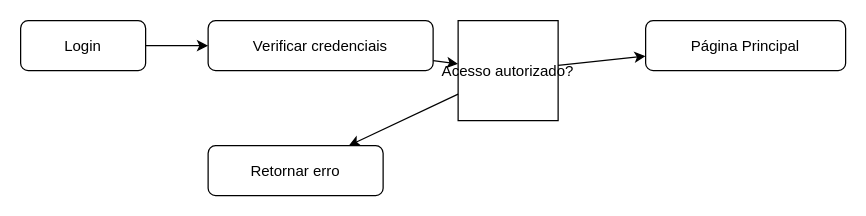
Before: docs/teste.drawio in jessbispo/UML-class, a draw.io diagram. Source tidied: cells renumbered, new cells numbered last; positions are measured from the earlier drawing's top-left corner, leaving out a move shared by most shapes. Both pictures are drawn from the tidied source at 125%, with x=0, y=0 at pixel (20, 20).
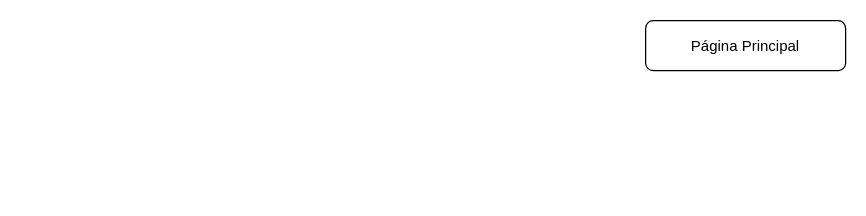
After the change.

Change to the diagram source:
```diff
@@
 <mxGraphModel>
   <root>
     <mxCell id="0" />
     <mxCell id="1" parent="0" />
-    <mxCell id="2" value="Login" style="rounded=1;" parent="1" vertex="1">
-      <mxGeometry width="100" height="40" as="geometry" />
-    </mxCell>
-    <mxCell id="3" value="Verificar credenciais" style="rounded=1;" parent="1" vertex="1">
-      <mxGeometry x="150" width="180" height="40" as="geometry" />
-    </mxCell>
-    <mxCell id="4" value="Acesso autorizado?" style="diamond;" parent="1" vertex="1">
-      <mxGeometry x="350" width="80" height="80" as="geometry" />
-    </mxCell>
     <mxCell id="5" value="Página Principal" style="rounded=1;" parent="1" vertex="1">
       <mxGeometry x="500" width="160" height="40" as="geometry" />
     </mxCell>
-    <mxCell id="6" value="Retornar erro" style="rounded=1;" parent="1" vertex="1">
-      <mxGeometry x="150" y="100" width="140" height="40" as="geometry" />
-    </mxCell>
-    <mxCell id="7" parent="1" edge="1" source="2" target="3">
-      <mxGeometry relative="1" as="geometry" />
-    </mxCell>
-    <mxCell id="8" parent="1" edge="1" source="3" target="4">
-      <mxGeometry relative="1" as="geometry" />
-    </mxCell>
-    <mxCell id="9" parent="1" edge="1" source="4" target="5">
-      <mxGeometry relative="1" as="geometry" />
-    </mxCell>
-    <mxCell id="10" parent="1" edge="1" source="4" target="6">
-      <mxGeometry relative="1" as="geometry" />
-    </mxCell>
   </root>
 </mxGraphModel>
```
